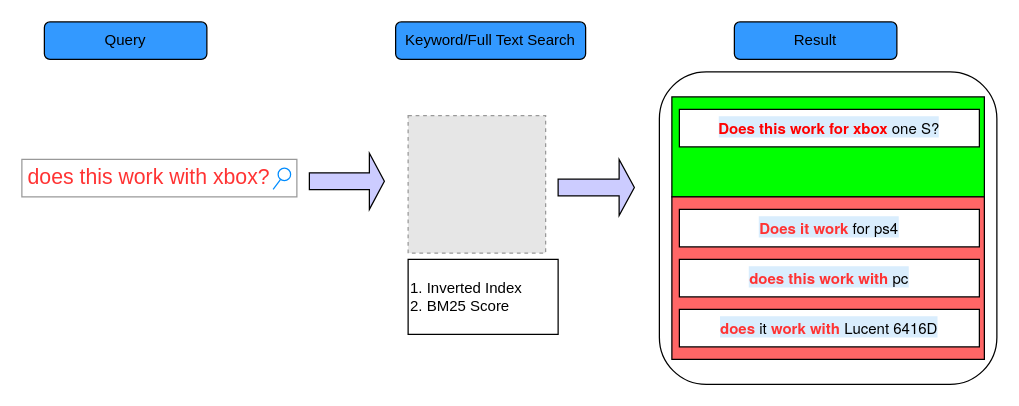
Earlier version of the draw.io diagram 未命名绘图.drawio (leejianwei/aws-diagram). Source tidied: cells renumbered, new cells numbered last; positions are measured from the earlier drawing's top-left corner, leaving out a move shared by most shapes. Both pictures are drawn from the tidied source at 125%, with x=0, y=0 at pixel (21, 21). Pictures stored in the file or linked from it are replaced by grey dashed boxes.
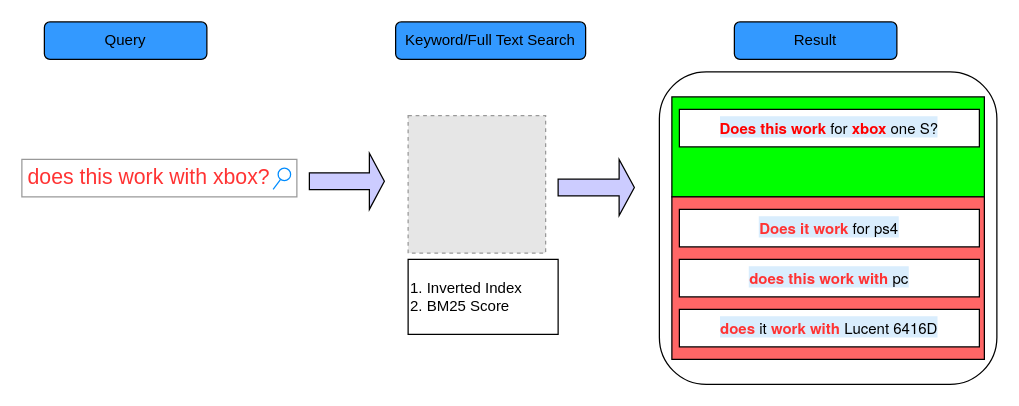
The same diagram, later.

Commit message:
Update 未命名绘图.drawio

Diff of the diagram source:
```diff
@@
 <mxGraphModel>
   <root>
     <mxCell id="0" />
     <mxCell id="1" parent="0" />
     <mxCell id="2" value="&lt;font color=&quot;#ff3333&quot;&gt;does this work with xbox?&lt;/font&gt;" style="strokeWidth=1;shadow=0;dashed=0;align=center;html=1;shape=mxgraph.mockup.forms.searchBox;strokeColor=#999999;mainText=;strokeColor2=#008cff;fontColor=#666666;fontSize=17;align=left;spacingLeft=3;" parent="1" vertex="1">
       <mxGeometry y="110" width="220" height="30" as="geometry" />
     </mxCell>
     <mxCell id="3" style="rounded=1;whiteSpace=wrap;html=1;" parent="1" vertex="1">
       <mxGeometry x="510" y="40" width="270" height="250" as="geometry" />
     </mxCell>
     <mxCell id="4" value="Result" style="rounded=1;whiteSpace=wrap;html=1;fillColor=#3399FF;" parent="1" vertex="1">
       <mxGeometry x="570" width="130" height="30" as="geometry" />
     </mxCell>
     <mxCell id="5" style="shape=singleArrow;whiteSpace=wrap;html=1;fillColor=#CCCCFF;" parent="1" vertex="1">
       <mxGeometry x="230" y="105" width="60" height="45" as="geometry" />
     </mxCell>
     <mxCell id="6" style="rounded=0;whiteSpace=wrap;html=1;fillColor=#00FF00;" parent="1" vertex="1">
       <mxGeometry x="520" y="60" width="250" height="80" as="geometry" />
     </mxCell>
     <mxCell id="7" style="fillColor=#E6E6E6;strokeColor=#999999;dashed=1;verticalLabelPosition=bottom;labelBackgroundColor=default;verticalAlign=top;" parent="1" vertex="1">
       <mxGeometry x="309" y="75" width="110" height="110" as="geometry" />
     </mxCell>
     <mxCell id="8" value="Query" style="rounded=1;whiteSpace=wrap;html=1;fillColor=#3399FF;" parent="1" vertex="1">
       <mxGeometry x="18" width="130" height="30" as="geometry" />
     </mxCell>
     <mxCell id="9" value="Keyword/Full Text Search" style="rounded=1;whiteSpace=wrap;html=1;fillColor=#3399FF;" parent="1" vertex="1">
       <mxGeometry x="299" width="152" height="30" as="geometry" />
     </mxCell>
     <mxCell id="10" style="shape=singleArrow;whiteSpace=wrap;html=1;fillColor=#CCCCFF;" parent="1" vertex="1">
       <mxGeometry x="429" y="110" width="61" height="45" as="geometry" />
     </mxCell>
     <mxCell id="11" value="&lt;font color=&quot;#000000&quot;&gt;1. Inverted Index&lt;br&gt;2. BM25 Score&lt;/font&gt;" style="rounded=0;whiteSpace=wrap;html=1;fontColor=#FF0000;align=left;" parent="1" vertex="1">
       <mxGeometry x="309" y="190" width="120" height="60" as="geometry" />
     </mxCell>
-    <mxCell id="12" value="&lt;span style=&quot;font-family: &amp;quot;Helvetica Neue&amp;quot;, Helvetica, Arial, sans-serif; text-align: right; background-color: rgba(66, 165, 245, 0.2);&quot;&gt;&lt;font style=&quot;&quot; color=&quot;#ff0000&quot;&gt;&lt;b&gt;Does this work for xbox&lt;/b&gt;&lt;/font&gt; one S?&lt;/span&gt;" style="rounded=0;whiteSpace=wrap;html=1;" parent="1" vertex="1">
+    <mxCell id="12" value="&lt;span style=&quot;font-family: &amp;quot;Helvetica Neue&amp;quot;, Helvetica, Arial, sans-serif; text-align: right; background-color: rgba(66, 165, 245, 0.2);&quot;&gt;&lt;b style=&quot;color: rgb(255, 0, 0);&quot;&gt;Does this work &lt;/b&gt;for&lt;b style=&quot;color: rgb(255, 0, 0);&quot;&gt; xbox&lt;/b&gt; one S?&lt;/span&gt;" style="rounded=0;whiteSpace=wrap;html=1;" parent="1" vertex="1">
       <mxGeometry x="526" y="70" width="240" height="30" as="geometry" />
     </mxCell>
     <mxCell id="13" style="rounded=0;whiteSpace=wrap;html=1;fillColor=#FF6666;" parent="1" vertex="1">
       <mxGeometry x="520" y="140" width="250" height="130" as="geometry" />
     </mxCell>
     <mxCell id="14" value="&lt;span style=&quot;font-family: &amp;quot;Helvetica Neue&amp;quot;, Helvetica, Arial, sans-serif; text-align: right; background-color: rgba(66, 165, 245, 0.2);&quot;&gt;&lt;font color=&quot;#ff3333&quot;&gt;&lt;b&gt;Does it work&lt;/b&gt;&lt;/font&gt; for ps4&lt;/span&gt;" style="rounded=0;whiteSpace=wrap;html=1;" parent="1" vertex="1">
       <mxGeometry x="526" y="150" width="240" height="30" as="geometry" />
     </mxCell>
     <mxCell id="15" value="&lt;span style=&quot;font-family: &amp;quot;Helvetica Neue&amp;quot;, Helvetica, Arial, sans-serif; text-align: right; background-color: rgba(66, 165, 245, 0.2);&quot;&gt;&lt;b&gt;&lt;font color=&quot;#ff3333&quot;&gt;does this work&lt;/font&gt; &lt;font color=&quot;#ff3333&quot;&gt;with&lt;/font&gt; &lt;/b&gt;pc&lt;/span&gt;" style="rounded=0;whiteSpace=wrap;html=1;" parent="1" vertex="1">
       <mxGeometry x="526" y="190" width="240" height="30" as="geometry" />
     </mxCell>
     <mxCell id="16" value="&lt;span style=&quot;font-family: &amp;quot;Helvetica Neue&amp;quot;, Helvetica, Arial, sans-serif; text-align: right; background-color: rgba(66, 165, 245, 0.2);&quot;&gt;&lt;font color=&quot;#ff3333&quot;&gt;&lt;b&gt;does&lt;/b&gt;&lt;/font&gt; it &lt;font color=&quot;#ff3333&quot;&gt;&lt;b&gt;work&lt;/b&gt; &lt;b&gt;with&lt;/b&gt;&lt;/font&gt; Lucent 6416D&lt;/span&gt;" style="rounded=0;whiteSpace=wrap;html=1;" parent="1" vertex="1">
       <mxGeometry x="526" y="230" width="240" height="30" as="geometry" />
     </mxCell>
   </root>
 </mxGraphModel>
```
